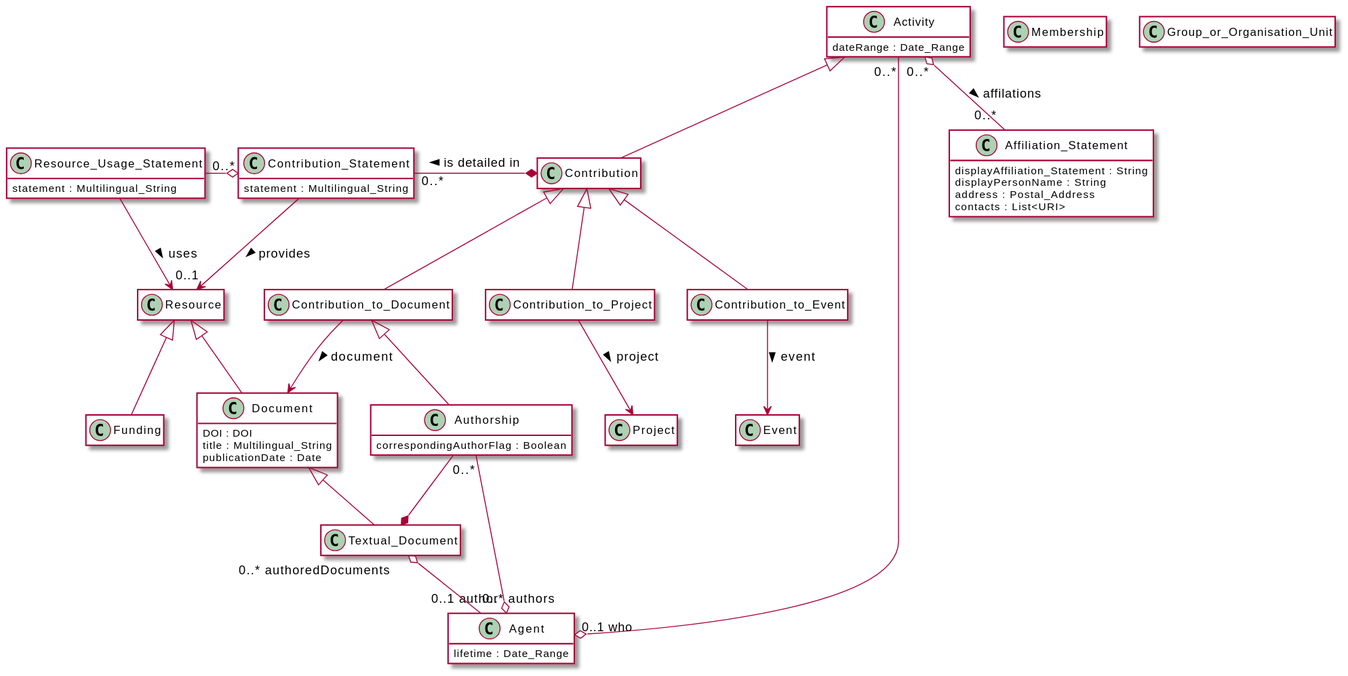
Earlier version of the PlantUML export diagrams/activity.svg (EuroCRIS/CERIF-Core).
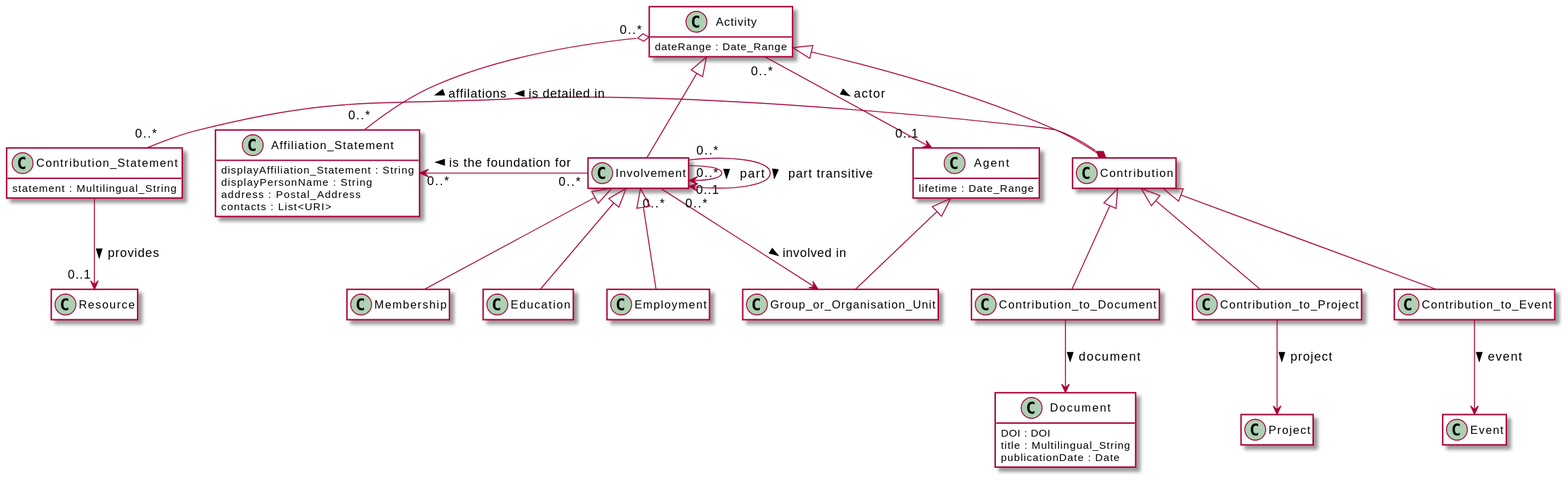
Later version of the same file.

Change to the diagram source:
```diff
@@ -3,13 +3,20 @@
     !includesub core.puml!common
     !includesub core.puml!Activity
     !includesub core.puml!Contribution
-    !includesub core.puml!ContributionToDocument
-    !includesub core.puml!Authorship
-    !includesub core.puml!ContributionToProject
-    !includesub core.puml!ContributionToEvent
+    !includesub core.puml!Contribution_to_Document
+    !includesub core.puml!Contribution_to_Project
+    !includesub core.puml!Contribution_to_Event
+    !includesub core.puml!Involvement
     !includesub core.puml!Membership
-    !includesub core.puml!AffiliationStatement
+    !includesub core.puml!Education
+    !includesub core.puml!Employment
+    !includesub core.puml!Affiliation_Statement
+    !includesub core.puml!Contribution_Statement
+    !includesub core.puml!Resource
     !includesub core.puml!Document
+    !includesub core.puml!Project
+    !includesub core.puml!Event
     !includesub core.puml!Agent
+    !includesub core.puml!Group_or_Organisation_Unit
 
 @enduml
```
